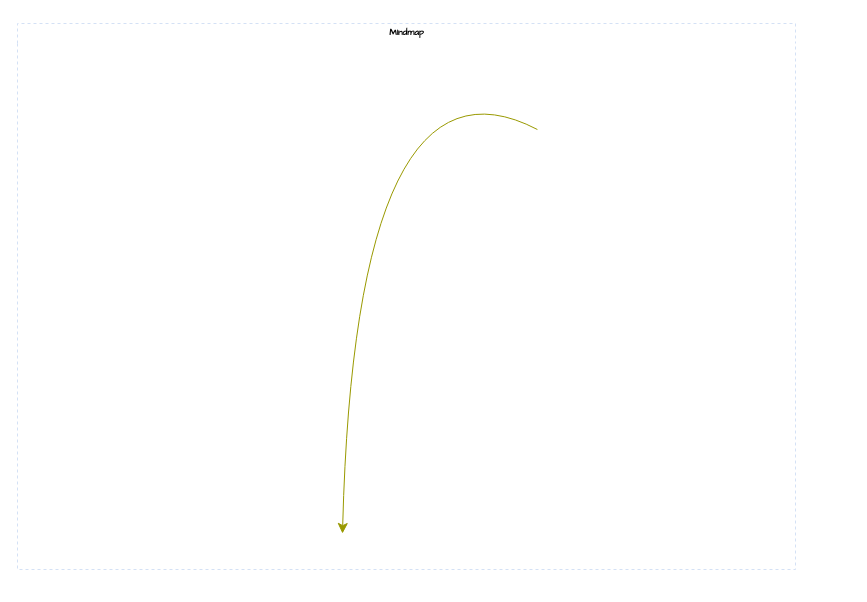
Earlier version of the draw.io diagram 未命名绘图.drawio (McAaronY/my_talent). Source tidied: cells renumbered, new cells numbered last; positions are measured from the earlier drawing's top-left corner, leaving out a move shared by most shapes. Both pictures are drawn from the tidied source at 100%, with x=0, y=0 at pixel (17, 23).
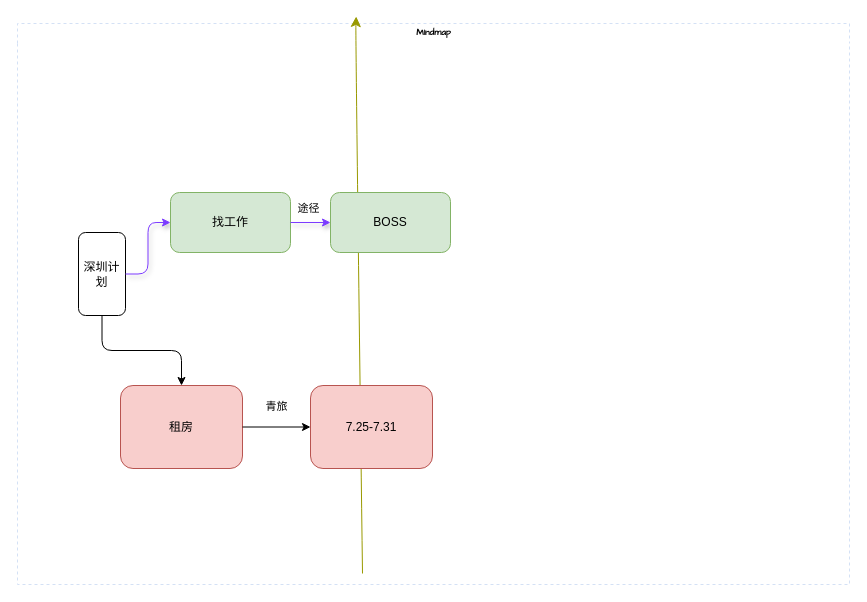
Above is the later version.

Commit message:
更新未命名绘图.drawio

Diff of the diagram source:
```diff
@@
 <mxGraphModel>
   <root>
     <mxCell id="0" />
     <mxCell id="1" parent="0" />
-    <mxCell id="2" value="Mindmap" style="swimlane;html=1;startSize=20;horizontal=1;containerType=tree;labelBackgroundColor=none;strokeColor=#D4E1F5;strokeWidth=1;fillColor=none;fontFamily=Comic Sans MS;fontSize=9;swimlaneLine=0;dashed=1;" parent="1" vertex="1">
-      <mxGeometry width="778" height="546" as="geometry" />
+    <mxCell id="2" value="Mindmap" style="swimlane;html=1;startSize=20;horizontal=1;containerType=tree;labelBackgroundColor=none;strokeColor=#D4E1F5;strokeWidth=1;fillColor=none;fontFamily=Comic Sans MS;fontSize=9;swimlaneLine=0;dashed=1;swimlaneFillColor=none;" parent="1" vertex="1">
+      <mxGeometry width="832" height="561" as="geometry" />
     </mxCell>
     <mxCell id="3" style="endArrow=classic;html=1;curved=1;sourcePerimeterSpacing=10;strokeColor=#999900;targetPerimeterSpacing=7;rounded=0;fontSize=12;startSize=8;endSize=8;" parent="2" edge="1">
       <mxGeometry relative="1" as="geometry">
-        <mxPoint x="519.9" y="106" as="sourcePoint" />
-        <mxPoint x="325" y="510" as="targetPoint" />
+        <mxPoint x="345" y="550" as="sourcePoint" />
+        <mxPoint x="338.7" y="-7" as="targetPoint" />
         <Array as="points">
           <mxPoint x="338" y="11" />
         </Array>
       </mxGeometry>
     </mxCell>
+    <mxCell id="4" value="深圳计划" style="rounded=1;whiteSpace=wrap;html=1;" parent="2" vertex="1">
+      <mxGeometry x="61" y="209" width="47" height="83" as="geometry" />
+    </mxCell>
+    <mxCell id="5" style="edgeStyle=orthogonalEdgeStyle;rounded=1;jettySize=auto;html=1;shadow=1;curved=0;strokeColor=#7C3BFF;" parent="2" edge="1" source="4" target="6">
+      <mxGeometry relative="1" as="geometry" />
+    </mxCell>
+    <mxCell id="6" value="找工作" style="rounded=1;whiteSpace=wrap;html=1;fillColor=#d5e8d4;strokeColor=#82b366;" parent="2" vertex="1">
+      <mxGeometry x="153" y="169" width="120" height="60" as="geometry" />
+    </mxCell>
+    <mxCell id="7" style="edgeStyle=orthogonalEdgeStyle;shape=connector;curved=0;rounded=1;jettySize=auto;html=1;" parent="2" edge="1" source="4" target="8">
+      <mxGeometry relative="1" as="geometry" />
+    </mxCell>
+    <mxCell id="8" value="租房" style="rounded=1;whiteSpace=wrap;html=1;fillColor=#f8cecc;strokeColor=#b85450;" parent="2" vertex="1">
+      <mxGeometry x="103" y="362" width="122" height="83" as="geometry" />
+    </mxCell>
+    <mxCell id="9" style="edgeStyle=orthogonalEdgeStyle;rounded=1;jettySize=auto;html=1;shadow=1;curved=0;strokeColor=#7C3BFF;" parent="2" edge="1" source="6" target="10">
+      <mxGeometry relative="1" as="geometry" />
+    </mxCell>
+    <mxCell id="10" value="BOSS" style="rounded=1;whiteSpace=wrap;html=1;fillColor=#d5e8d4;strokeColor=#82b366;" parent="2" vertex="1">
+      <mxGeometry x="313" y="169" width="120" height="60" as="geometry" />
+    </mxCell>
+    <mxCell id="11" style="edgeStyle=orthogonalEdgeStyle;shape=connector;curved=0;rounded=1;jettySize=auto;html=1;" parent="2" edge="1" source="8" target="12">
+      <mxGeometry relative="1" as="geometry" />
+    </mxCell>
+    <mxCell id="12" value="7.25-7.31" style="rounded=1;whiteSpace=wrap;html=1;fillColor=#f8cecc;strokeColor=#b85450;" parent="2" vertex="1">
+      <mxGeometry x="293" y="362" width="122" height="83" as="geometry" />
+    </mxCell>
+    <mxCell id="13" value="途径" style="text;html=1;align=center;verticalAlign=middle;strokeColor=none;fillColor=none;fontFamily=Helvetica;fontSize=11;fontColor=default;labelBackgroundColor=default;" parent="2" vertex="1">
+      <mxGeometry x="271" y="172" width="40" height="25" as="geometry" />
+    </mxCell>
+    <mxCell id="14" value="青旅" style="text;html=1;align=center;verticalAlign=middle;strokeColor=none;fillColor=none;fontFamily=Helvetica;fontSize=11;fontColor=default;labelBackgroundColor=default;" parent="2" vertex="1">
+      <mxGeometry x="239" y="370" width="40" height="25" as="geometry" />
+    </mxCell>
   </root>
 </mxGraphModel>
```
